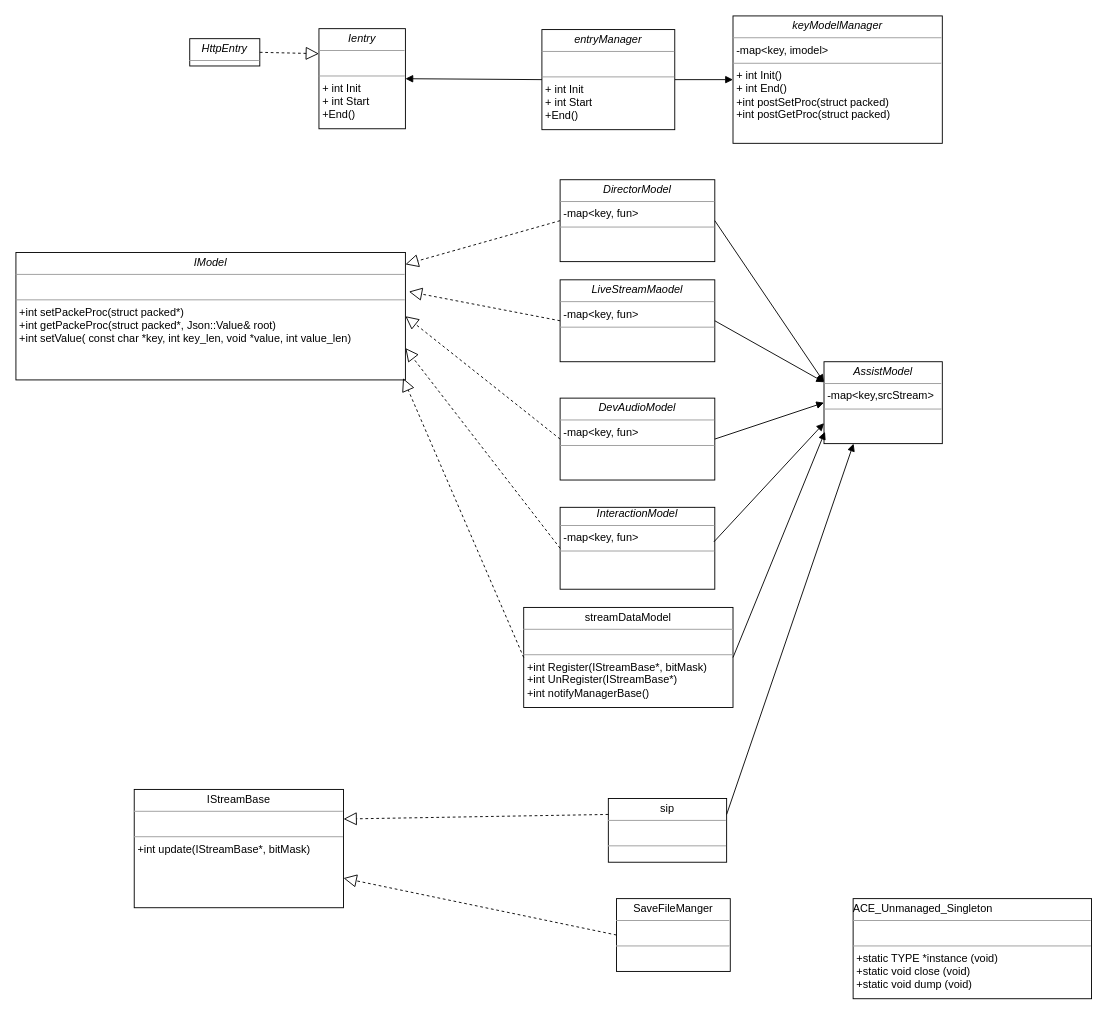
This is 录播uml.drawio from huangPeiLc/drawio, a draw.io file, before an edit. Source tidied: cells renumbered, new cells numbered last; positions are measured from the earlier drawing's top-left corner, leaving out a move shared by most shapes. Both pictures are drawn from the tidied source at 91%, with x=0, y=0 at pixel (15, 15).
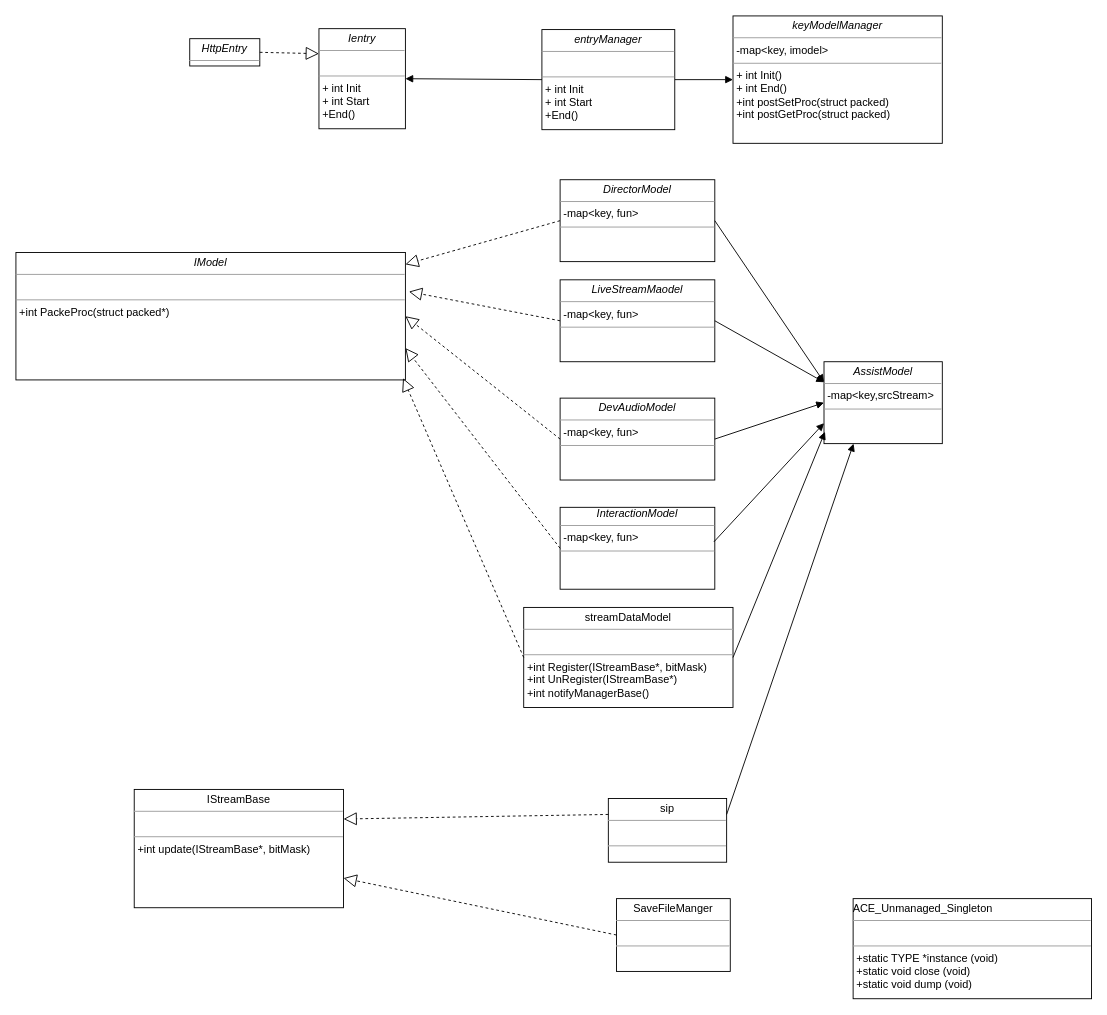
After the change.

Change to the diagram source:
```diff
@@
-    <mxCell id="8" value="&lt;p style=&quot;margin: 0px ; margin-top: 4px ; text-align: center&quot;&gt;&lt;i&gt;IModel&lt;/i&gt;&lt;/p&gt;&lt;hr size=&quot;1&quot;&gt;&lt;p style=&quot;margin: 0px ; margin-left: 4px&quot;&gt;&lt;br&gt;&lt;/p&gt;&lt;hr size=&quot;1&quot;&gt;&lt;p style=&quot;margin: 0px ; margin-left: 4px&quot;&gt;&lt;span&gt;+int setPackeProc(struct packed*)&lt;/span&gt;&lt;br&gt;&lt;/p&gt;&lt;p style=&quot;margin: 0px ; margin-left: 4px&quot;&gt;+int getPackeProc(struct packed*, Json::Value&amp;amp; root)&lt;/p&gt;&lt;p style=&quot;margin: 0px 0px 0px 4px&quot;&gt;+int setValue( const char *key, int key_len, void *value, int value_len)&lt;/p&gt;" style="verticalAlign=top;align=left;overflow=fill;fontSize=12;fontFamily=Helvetica;html=1;rounded=0;shadow=0;comic=0;labelBackgroundColor=none;strokeColor=#000000;strokeWidth=1;fillColor=#ffffff;" parent="1" vertex="1">
+    <mxCell id="8" value="&lt;p style=&quot;margin: 0px ; margin-top: 4px ; text-align: center&quot;&gt;&lt;i&gt;IModel&lt;/i&gt;&lt;/p&gt;&lt;hr size=&quot;1&quot;&gt;&lt;p style=&quot;margin: 0px ; margin-left: 4px&quot;&gt;&lt;br&gt;&lt;/p&gt;&lt;hr size=&quot;1&quot;&gt;&lt;p style=&quot;margin: 0px ; margin-left: 4px&quot;&gt;&lt;span&gt;+int PackeProc(struct packed*)&lt;/span&gt;&lt;/p&gt;" style="verticalAlign=top;align=left;overflow=fill;fontSize=12;fontFamily=Helvetica;html=1;rounded=0;shadow=0;comic=0;labelBackgroundColor=none;strokeColor=#000000;strokeWidth=1;fillColor=#ffffff;" parent="1" vertex="1">
       <mxGeometry y="260" width="428" height="140" as="geometry" />
     </mxCell>
```
